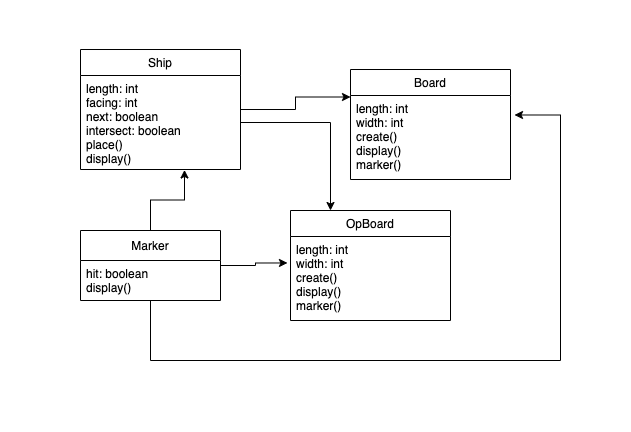
The draw.io diagram images/battleshipDiagram.drawio.png in tracyddsheng/Final-Project, before a commit. Source tidied: cells renumbered, new cells last; positions are measured from the earlier drawing's top-left corner, leaving out a move shared by most shapes.
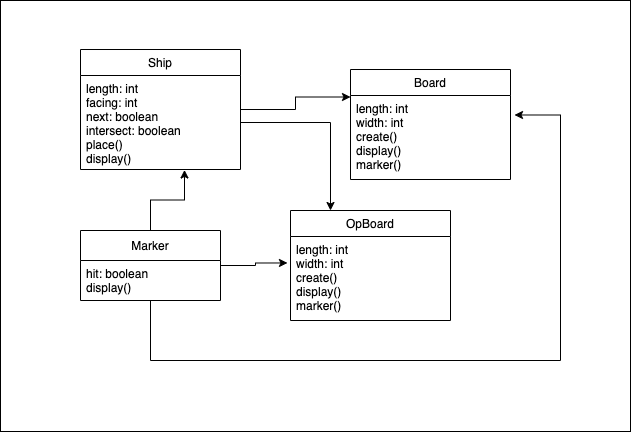
The same diagram one commit later.

What changed in the source:
```diff
@@ -2,7 +2,7 @@
   <root>
     <mxCell id="0" />
     <mxCell id="1" parent="0" />
-    <mxCell id="2" style="rounded=0;whiteSpace=wrap;html=1;fillColor=default;strokeColor=none;" parent="1" vertex="1">
+    <mxCell id="2" style="rounded=0;whiteSpace=wrap;html=1;" parent="1" vertex="1">
       <mxGeometry width="630" height="431" as="geometry" />
     </mxCell>
     <mxCell id="3" style="edgeStyle=orthogonalEdgeStyle;rounded=0;jettySize=auto;html=1;entryX=0;entryY=0.25;entryDx=0;entryDy=0;" parent="1" edge="1" source="4" target="6">
```
